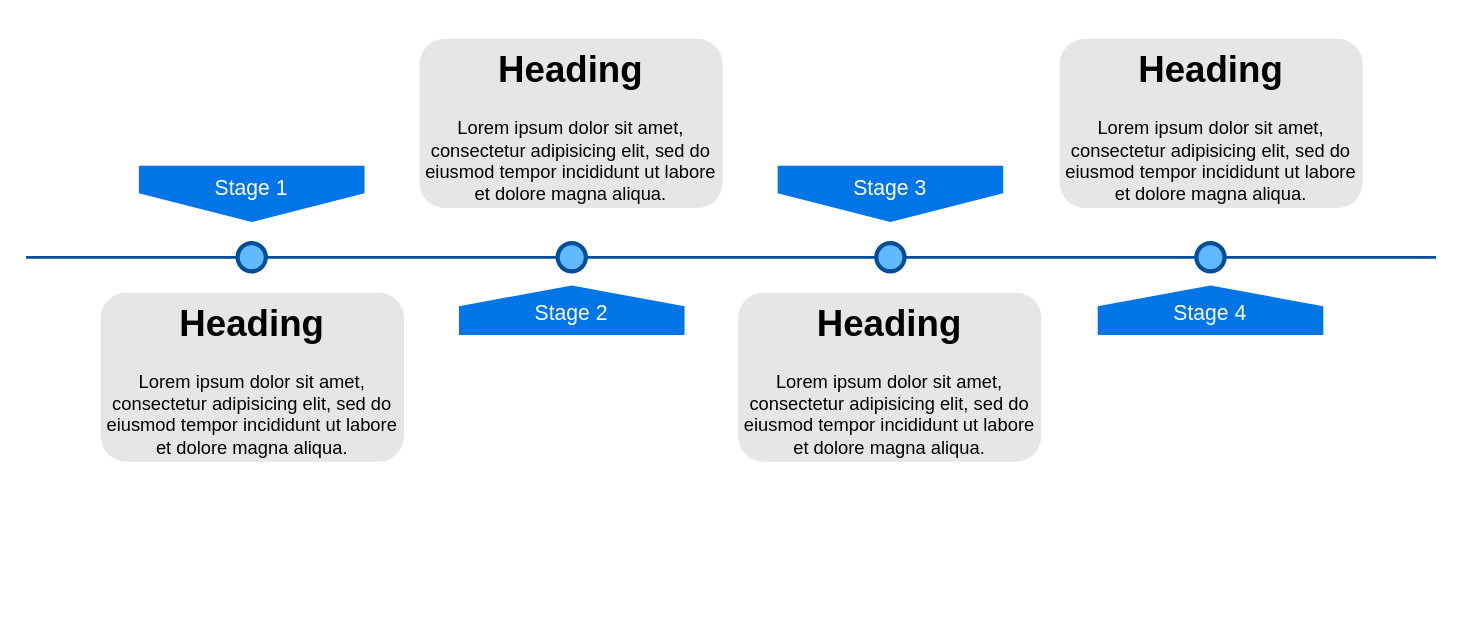
The draw.io diagram video/Untitled Diagram.drawio in yanqinghao/test-project, before the edit. Source tidied: cells renumbered, new cells numbered last; positions are measured from the earlier drawing's top-left corner, leaving out a move shared by most shapes. Both pictures are drawn from the tidied source at 141%, with x=0, y=0 at pixel (25, 38).
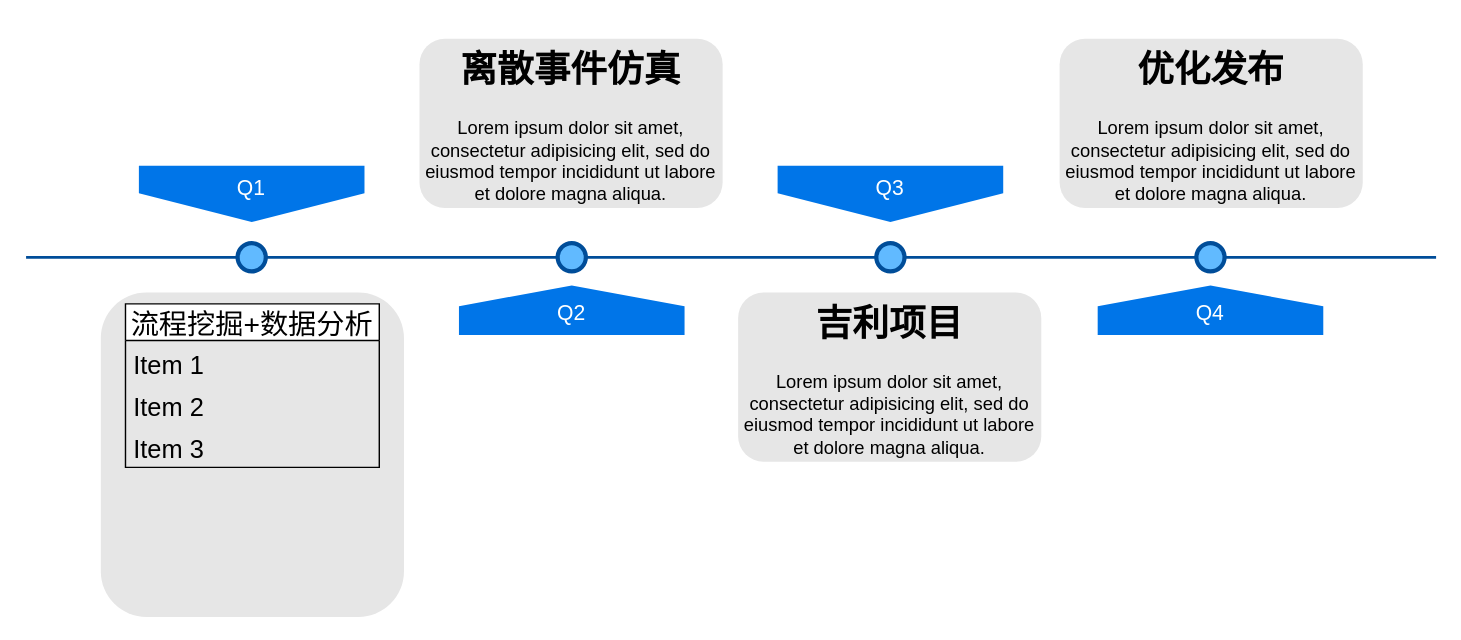
After the change.

Change to the diagram source:
```diff
@@
 <mxGraphModel>
   <root>
     <mxCell id="0" />
     <mxCell id="1" parent="0" />
     <mxCell id="2" style="line;strokeWidth=2;html=1;fillColor=none;fontSize=28;fontColor=#004D99;strokeColor=#004D99;" parent="1" vertex="1">
       <mxGeometry y="150" width="1000" height="10" as="geometry" />
     </mxCell>
-    <mxCell id="3" value="Stage 1" style="shape=offPageConnector;whiteSpace=wrap;html=1;fillColor=#0075E8;fontSize=15;fontColor=#FFFFFF;size=0.5093750000000015;verticalAlign=top;strokeColor=none;" parent="1" vertex="1">
+    <mxCell id="3" value="Q1" style="shape=offPageConnector;whiteSpace=wrap;html=1;fillColor=#0075E8;fontSize=15;fontColor=#FFFFFF;size=0.5093750000000015;verticalAlign=top;strokeColor=none;" parent="1" vertex="1">
       <mxGeometry x="80" y="90" width="160" height="40" as="geometry" />
     </mxCell>
-    <mxCell id="4" value="&lt;span&gt;Stage 3&lt;/span&gt;" style="shape=offPageConnector;whiteSpace=wrap;html=1;fillColor=#0075E8;fontSize=15;fontColor=#FFFFFF;size=0.5093750000000015;verticalAlign=top;strokeColor=none;" parent="1" vertex="1">
+    <mxCell id="4" value="&lt;span&gt;Q3&lt;/span&gt;" style="shape=offPageConnector;whiteSpace=wrap;html=1;fillColor=#0075E8;fontSize=15;fontColor=#FFFFFF;size=0.5093750000000015;verticalAlign=top;strokeColor=none;" parent="1" vertex="1">
       <mxGeometry x="533" y="90" width="160" height="40" as="geometry" />
     </mxCell>
-    <mxCell id="5" value="&lt;span&gt;Stage 2&lt;/span&gt;" style="shape=offPageConnector;whiteSpace=wrap;html=1;fillColor=#0075E8;fontSize=15;fontColor=#FFFFFF;size=0.4178571428571445;flipV=1;verticalAlign=bottom;strokeColor=none;spacingBottom=4;" parent="1" vertex="1">
+    <mxCell id="5" value="&lt;span&gt;Q2&lt;/span&gt;" style="shape=offPageConnector;whiteSpace=wrap;html=1;fillColor=#0075E8;fontSize=15;fontColor=#FFFFFF;size=0.4178571428571445;flipV=1;verticalAlign=bottom;strokeColor=none;spacingBottom=4;" parent="1" vertex="1">
       <mxGeometry x="307" y="175" width="160" height="35" as="geometry" />
     </mxCell>
-    <mxCell id="6" value="&lt;span&gt;Stage 4&lt;/span&gt;" style="shape=offPageConnector;whiteSpace=wrap;html=1;fillColor=#0075E8;fontSize=15;fontColor=#FFFFFF;size=0.4178571428571445;flipV=1;verticalAlign=bottom;strokeColor=none;spacingBottom=4;" parent="1" vertex="1">
+    <mxCell id="6" value="&lt;span&gt;Q4&lt;/span&gt;" style="shape=offPageConnector;whiteSpace=wrap;html=1;fillColor=#0075E8;fontSize=15;fontColor=#FFFFFF;size=0.4178571428571445;flipV=1;verticalAlign=bottom;strokeColor=none;spacingBottom=4;" parent="1" vertex="1">
       <mxGeometry x="760" y="175" width="160" height="35" as="geometry" />
     </mxCell>
     <mxCell id="7" style="ellipse;whiteSpace=wrap;html=1;fillColor=#61BAFF;fontSize=28;fontColor=#004D99;strokeWidth=3;strokeColor=#004D99;" parent="1" vertex="1">
       <mxGeometry x="150" y="145" width="20" height="20" as="geometry" />
     </mxCell>
     <mxCell id="8" style="ellipse;whiteSpace=wrap;html=1;fillColor=#61BAFF;fontSize=28;fontColor=#004D99;strokeWidth=3;strokeColor=#004D99;" parent="1" vertex="1">
       <mxGeometry x="377" y="145" width="20" height="20" as="geometry" />
     </mxCell>
     <mxCell id="9" style="ellipse;whiteSpace=wrap;html=1;fillColor=#61BAFF;fontSize=28;fontColor=#004D99;strokeWidth=3;strokeColor=#004D99;" parent="1" vertex="1">
       <mxGeometry x="603" y="145" width="20" height="20" as="geometry" />
     </mxCell>
     <mxCell id="10" style="ellipse;whiteSpace=wrap;html=1;fillColor=#61BAFF;fontSize=28;fontColor=#004D99;strokeWidth=3;strokeColor=#004D99;" parent="1" vertex="1">
       <mxGeometry x="830" y="145" width="20" height="20" as="geometry" />
     </mxCell>
-    <mxCell id="11" value="&lt;h1&gt;Heading&lt;/h1&gt;&lt;p&gt;Lorem ipsum dolor sit amet, consectetur adipisicing elit, sed do eiusmod tempor incididunt ut labore et dolore magna aliqua.&lt;/p&gt;" style="text;html=1;spacing=5;spacingTop=-20;whiteSpace=wrap;overflow=hidden;strokeColor=none;strokeWidth=3;fillColor=#E6E6E6;fontSize=13;fontColor=#000000;align=center;rounded=1;" parent="1" vertex="1">
-      <mxGeometry x="53" y="180" width="215" height="120" as="geometry" />
+    <mxCell id="11" value="&lt;h1&gt;&lt;br&gt;&lt;/h1&gt;" style="text;html=1;spacing=5;spacingTop=-20;whiteSpace=wrap;overflow=hidden;strokeColor=none;strokeWidth=3;fillColor=#E6E6E6;fontSize=13;fontColor=#000000;align=center;rounded=1;" parent="1" vertex="1">
+      <mxGeometry x="53" y="180" width="215" height="230" as="geometry" />
     </mxCell>
-    <mxCell id="12" value="&lt;h1&gt;Heading&lt;/h1&gt;&lt;p&gt;Lorem ipsum dolor sit amet, consectetur adipisicing elit, sed do eiusmod tempor incididunt ut labore et dolore magna aliqua.&lt;/p&gt;" style="text;html=1;spacing=5;spacingTop=-20;whiteSpace=wrap;overflow=hidden;strokeColor=none;strokeWidth=3;fillColor=#E6E6E6;fontSize=13;fontColor=#000000;align=center;rounded=1;" parent="1" vertex="1">
+    <mxCell id="12" value="&lt;h1&gt;离散事件仿真&lt;/h1&gt;&lt;p&gt;Lorem ipsum dolor sit amet, consectetur adipisicing elit, sed do eiusmod tempor incididunt ut labore et dolore magna aliqua.&lt;/p&gt;" style="text;html=1;spacing=5;spacingTop=-20;whiteSpace=wrap;overflow=hidden;strokeColor=none;strokeWidth=3;fillColor=#E6E6E6;fontSize=13;fontColor=#000000;align=center;rounded=1;" parent="1" vertex="1">
       <mxGeometry x="279" width="215" height="120" as="geometry" />
     </mxCell>
-    <mxCell id="13" value="&lt;h1&gt;Heading&lt;/h1&gt;&lt;p&gt;Lorem ipsum dolor sit amet, consectetur adipisicing elit, sed do eiusmod tempor incididunt ut labore et dolore magna aliqua.&lt;/p&gt;" style="text;html=1;spacing=5;spacingTop=-20;whiteSpace=wrap;overflow=hidden;strokeColor=none;strokeWidth=3;fillColor=#E6E6E6;fontSize=13;fontColor=#000000;align=center;rounded=1;" parent="1" vertex="1">
+    <mxCell id="13" value="&lt;h1&gt;吉利项目&lt;/h1&gt;&lt;p&gt;Lorem ipsum dolor sit amet, consectetur adipisicing elit, sed do eiusmod tempor incididunt ut labore et dolore magna aliqua.&lt;/p&gt;" style="text;html=1;spacing=5;spacingTop=-20;whiteSpace=wrap;overflow=hidden;strokeColor=none;strokeWidth=3;fillColor=#E6E6E6;fontSize=13;fontColor=#000000;align=center;rounded=1;" parent="1" vertex="1">
       <mxGeometry x="505" y="180" width="215" height="120" as="geometry" />
     </mxCell>
-    <mxCell id="14" value="&lt;h1&gt;Heading&lt;/h1&gt;&lt;p&gt;Lorem ipsum dolor sit amet, consectetur adipisicing elit, sed do eiusmod tempor incididunt ut labore et dolore magna aliqua.&lt;/p&gt;" style="text;html=1;spacing=5;spacingTop=-20;whiteSpace=wrap;overflow=hidden;strokeColor=none;strokeWidth=3;fillColor=#E6E6E6;fontSize=13;fontColor=#000000;align=center;rounded=1;" parent="1" vertex="1">
+    <mxCell id="14" value="&lt;h1&gt;优化发布&lt;/h1&gt;&lt;p&gt;Lorem ipsum dolor sit amet, consectetur adipisicing elit, sed do eiusmod tempor incididunt ut labore et dolore magna aliqua.&lt;/p&gt;" style="text;html=1;spacing=5;spacingTop=-20;whiteSpace=wrap;overflow=hidden;strokeColor=none;strokeWidth=3;fillColor=#E6E6E6;fontSize=13;fontColor=#000000;align=center;rounded=1;" parent="1" vertex="1">
       <mxGeometry x="733" width="215" height="120" as="geometry" />
     </mxCell>
+    <mxCell id="15" value="流程挖掘+数据分析" style="swimlane;fontStyle=0;horizontal=1;startSize=26;spacing=10;fontSize=20;" parent="1" vertex="1">
+      <mxGeometry x="70.5" y="188" width="180" height="116" as="geometry" />
+    </mxCell>
+    <mxCell id="16" value="Item 1" style="text;strokeColor=none;fillColor=none;align=left;verticalAlign=top;spacingLeft=4;spacingRight=4;overflow=hidden;fontSize=18;" parent="15" vertex="1">
+      <mxGeometry y="26" width="180" height="30" as="geometry" />
+    </mxCell>
+    <mxCell id="17" value="Item 2" style="text;strokeColor=none;fillColor=none;align=left;verticalAlign=top;spacingLeft=4;spacingRight=4;overflow=hidden;fontSize=18;" parent="15" vertex="1">
+      <mxGeometry y="56" width="180" height="30" as="geometry" />
+    </mxCell>
+    <mxCell id="18" value="Item 3" style="text;strokeColor=none;fillColor=none;align=left;verticalAlign=top;spacingLeft=4;spacingRight=4;overflow=hidden;fontSize=18;" parent="15" vertex="1">
+      <mxGeometry y="86" width="180" height="30" as="geometry" />
+    </mxCell>
   </root>
 </mxGraphModel>
```
